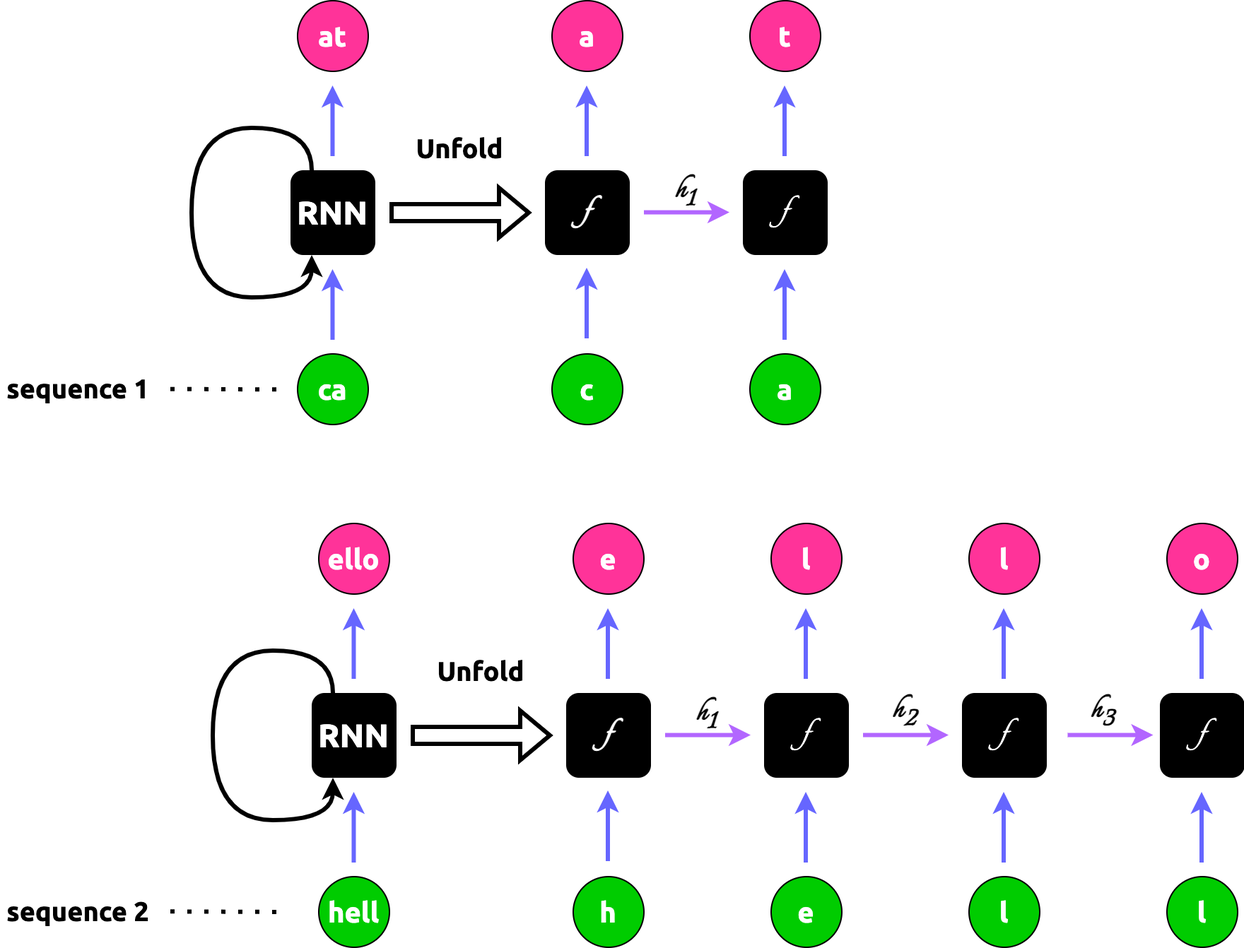
Before: docs/source/img/rnn-multi-sequences.png, a diagram exported from draw.io (QubitPi/lamassu). Source tidied: cells renumbered, new cells last; positions are measured from the earlier drawing's top-left corner, leaving out a move shared by most shapes.
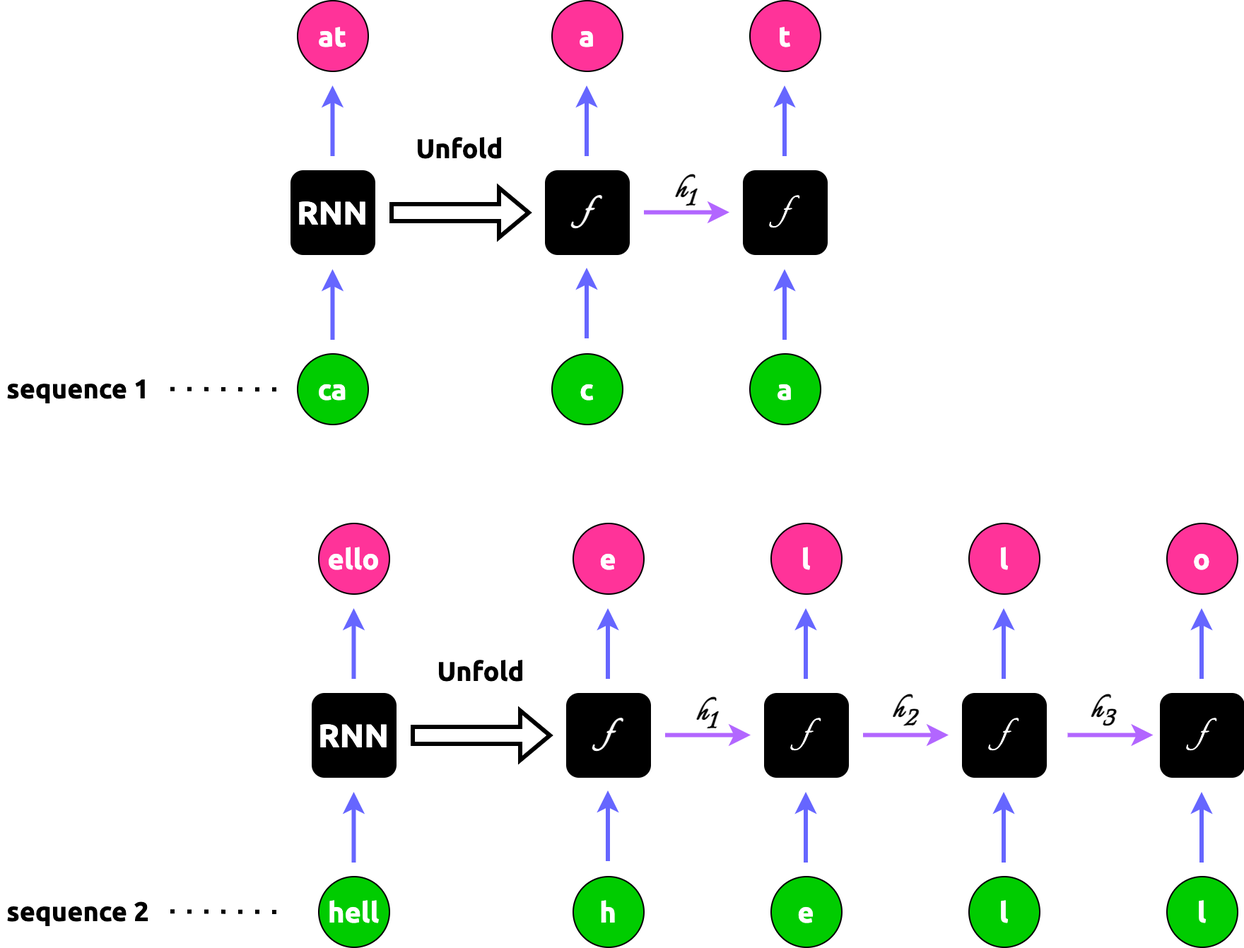
After the change.

Change to the diagram source:
```diff
@@ -134,16 +134,6 @@
         <mxPoint x="249.7" y="560" as="targetPoint" />
       </mxGeometry>
     </mxCell>
-    <mxCell id="33" style="edgeStyle=orthogonalEdgeStyle;rounded=0;orthogonalLoop=1;jettySize=auto;html=1;exitX=0.25;exitY=0;exitDx=0;exitDy=0;entryX=0.25;entryY=1;entryDx=0;entryDy=0;strokeWidth=3;curved=1;" parent="1" edge="1" source="28" target="28">
-      <mxGeometry relative="1" as="geometry">
-        <Array as="points">
-          <mxPoint x="235" y="460" />
-          <mxPoint x="150" y="460" />
-          <mxPoint x="150" y="580" />
-          <mxPoint x="235" y="580" />
-        </Array>
-      </mxGeometry>
-    </mxCell>
     <mxCell id="34" style="shape=flexArrow;endArrow=classic;html=1;rounded=0;strokeWidth=3;" parent="1" edge="1">
       <mxGeometry relative="1" as="geometry">
         <mxPoint x="290" y="520" as="sourcePoint" />
@@ -225,16 +215,6 @@
         <mxPoint x="234.7" y="190" as="targetPoint" />
       </mxGeometry>
     </mxCell>
-    <mxCell id="53" style="edgeStyle=orthogonalEdgeStyle;rounded=0;orthogonalLoop=1;jettySize=auto;html=1;exitX=0.25;exitY=0;exitDx=0;exitDy=0;entryX=0.25;entryY=1;entryDx=0;entryDy=0;strokeWidth=3;curved=1;" parent="1" edge="1" source="48" target="48">
-      <mxGeometry relative="1" as="geometry">
-        <Array as="points">
-          <mxPoint x="220" y="90" />
-          <mxPoint x="135" y="90" />
-          <mxPoint x="135" y="210" />
-          <mxPoint x="220" y="210" />
-        </Array>
-      </mxGeometry>
-    </mxCell>
     <mxCell id="54" style="shape=flexArrow;endArrow=classic;html=1;rounded=0;strokeWidth=3;" parent="1" edge="1">
       <mxGeometry relative="1" as="geometry">
         <mxPoint x="275" y="150" as="sourcePoint" />
```
